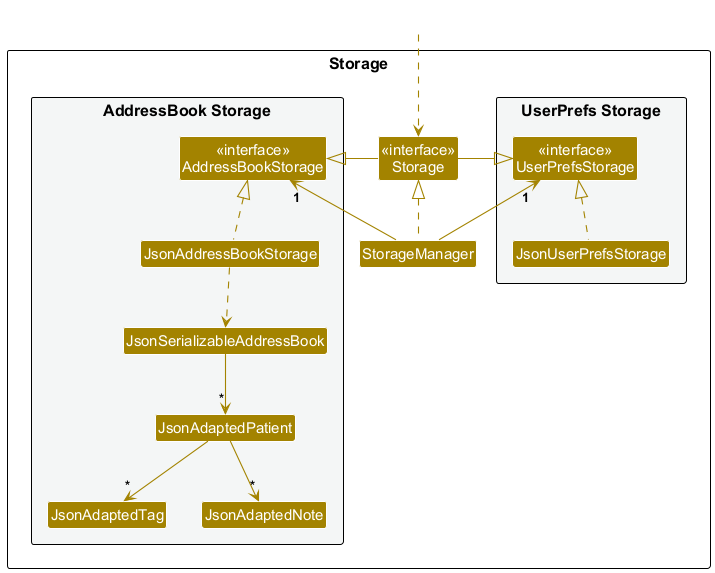
The PlantUML diagram docs/images/StorageClassDiagram.png in danplatypus30/tp, before a commit. Its diagram source:
```plantuml
@startuml
!include style.puml
skinparam arrowThickness 1.1
skinparam arrowColor STORAGE_COLOR
skinparam classBackgroundColor STORAGE_COLOR

package Storage as StoragePackage {

package "UserPrefs Storage" #F4F6F6{
Class "<<interface>>\nUserPrefsStorage" as UserPrefsStorage
Class JsonUserPrefsStorage
}

Class "<<interface>>\nStorage" as Storage
Class StorageManager

package "AddressBook Storage" #F4F6F6{
Class "<<interface>>\nAddressBookStorage" as AddressBookStorage
Class JsonAddressBookStorage
Class JsonSerializableAddressBook
Class JsonAdaptedPatient
Class JsonAdaptedTag
Class JsonAdaptedNote
}

}

Class HiddenOutside #FFFFFF
HiddenOutside ..> Storage

StorageManager .up.|> Storage
StorageManager -up-> "1" UserPrefsStorage
StorageManager -up-> "1" AddressBookStorage

Storage -left-|> UserPrefsStorage
Storage -right-|> AddressBookStorage

JsonUserPrefsStorage .up.|> UserPrefsStorage
JsonAddressBookStorage .up.|> AddressBookStorage
JsonAddressBookStorage ..> JsonSerializableAddressBook
JsonSerializableAddressBook --> "*" JsonAdaptedPatient
JsonAdaptedPatient --> "*" JsonAdaptedTag
JsonAdaptedPatient --> "*" JsonAdaptedNote

@enduml
```
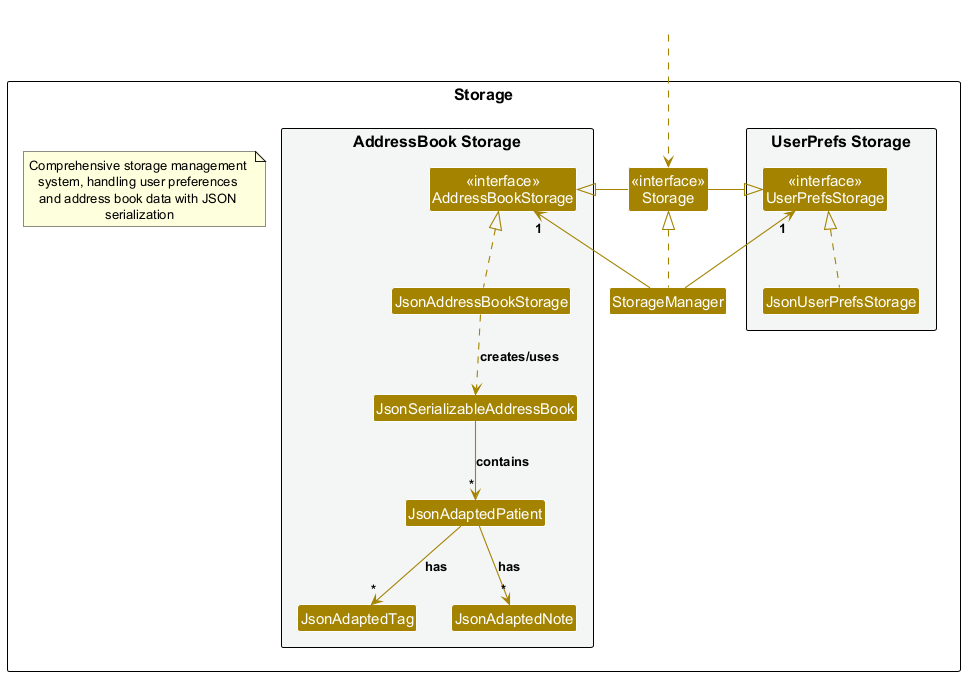
Above is the later version.

Commit message:
Add note and relationships

What changed in the source:
```diff
@@ -5,6 +5,12 @@
 skinparam classBackgroundColor STORAGE_COLOR
 
 package Storage as StoragePackage {
+  note as StorageNote
+    Comprehensive storage management
+    system, handling user preferences
+    and address book data with JSON
+    serialization
+  end note
 
 package "UserPrefs Storage" #F4F6F6{
 Class "<<interface>>\nUserPrefsStorage" as UserPrefsStorage
@@ -37,9 +43,9 @@
 
 JsonUserPrefsStorage .up.|> UserPrefsStorage
 JsonAddressBookStorage .up.|> AddressBookStorage
-JsonAddressBookStorage ..> JsonSerializableAddressBook
-JsonSerializableAddressBook --> "*" JsonAdaptedPatient
-JsonAdaptedPatient --> "*" JsonAdaptedTag
-JsonAdaptedPatient --> "*" JsonAdaptedNote
+JsonAddressBookStorage ..> JsonSerializableAddressBook : creates/uses
+JsonSerializableAddressBook --> "*" JsonAdaptedPatient : contains
+JsonAdaptedPatient --> "*" JsonAdaptedTag : has
+JsonAdaptedPatient --> "*" JsonAdaptedNote : has
 
 @enduml
```
